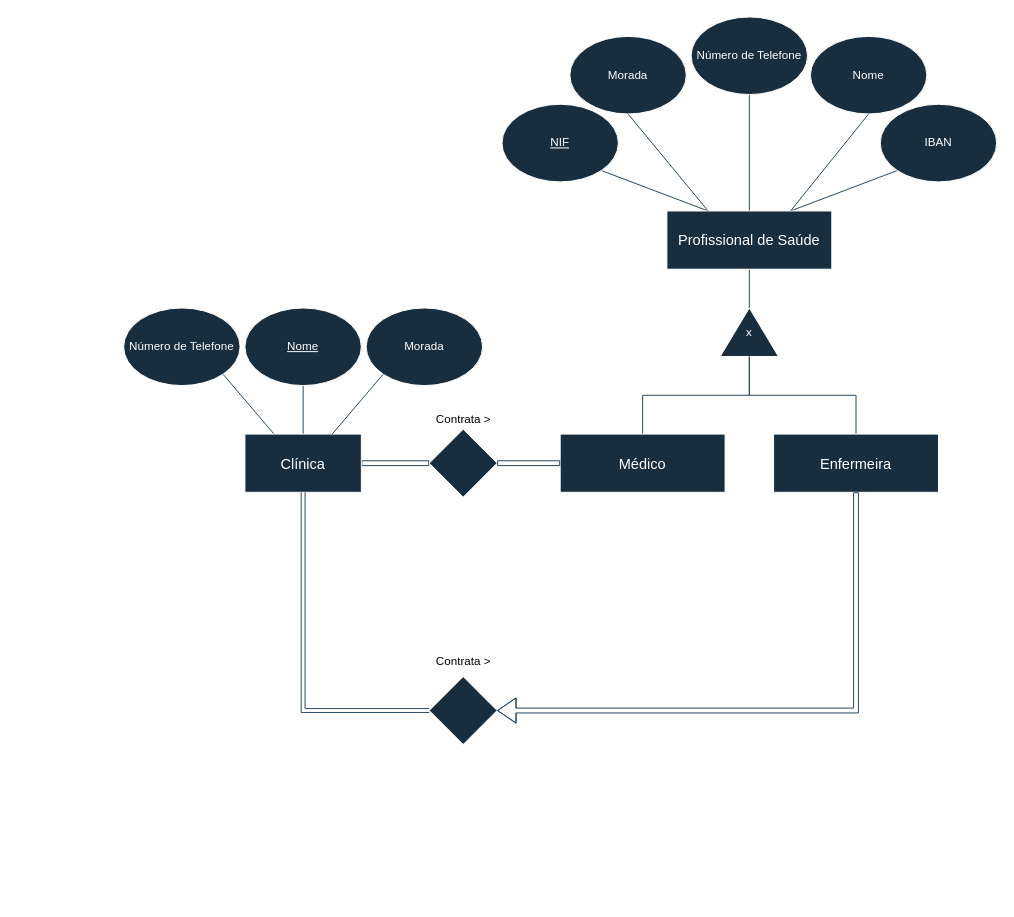
This is page "Page-1" (1 of 2) of diagrams/modelo_EA.drawio from Zane-dev16/BD-projeto-E1, a draw.io file, before an edit. Source tidied: cells renumbered, new cells numbered last; positions are measured from the earlier drawing's top-left corner, leaving out a move shared by most shapes. Both pictures are drawn from the tidied source at 97%, with x=0, y=0 at pixel (123, 16).
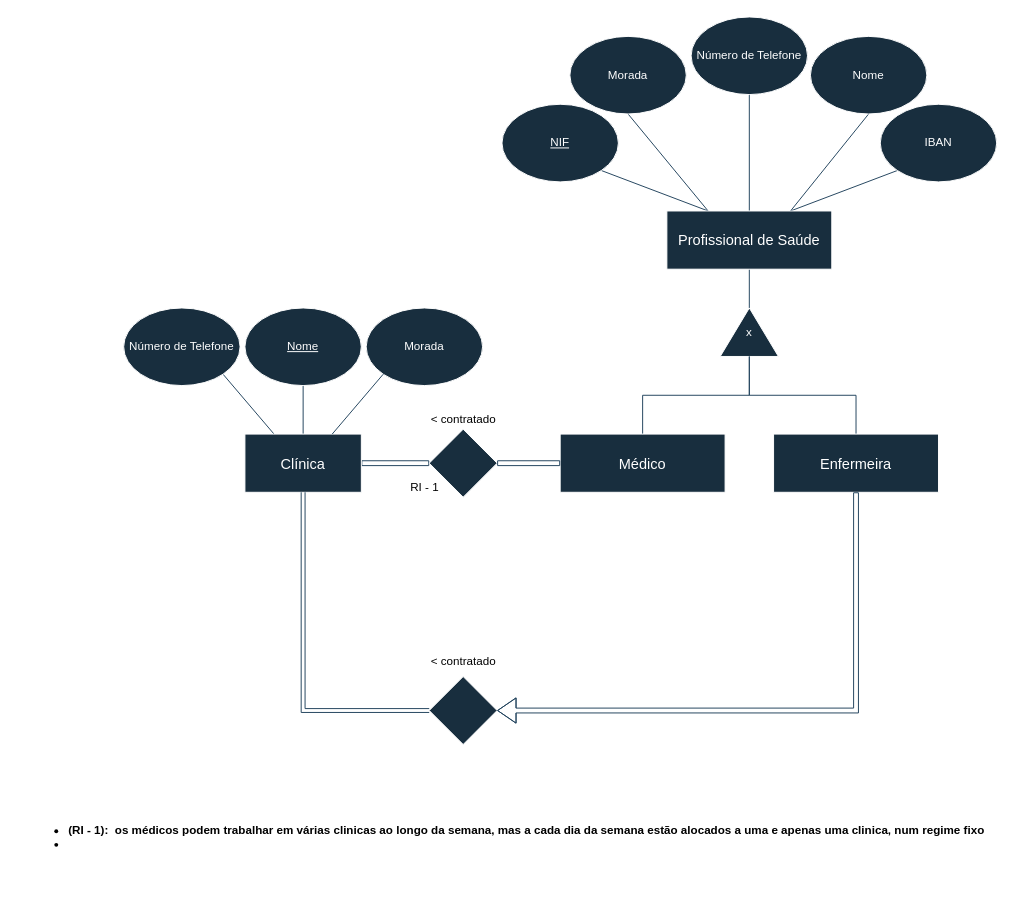
After the change.

Commit message:
Add restriction and fix relationship

Diff of the diagram source:
```diff
@@
-    <mxCell id="32" value="Contrata &amp;gt;" style="text;html=1;align=center;verticalAlign=middle;strokeColor=none;fillColor=none;" parent="1" vertex="1">
-      <mxGeometry x="310" y="400" width="80" height="30" as="geometry" />
+    <mxCell id="32" value="&amp;lt; contratado" style="text;html=1;align=center;verticalAlign=middle;strokeColor=none;fillColor=none;" parent="1" vertex="1">
+      <mxGeometry x="305" y="400" width="90" height="30" as="geometry" />
     </mxCell>
-    <mxCell id="33" value="Contrata &amp;gt;" style="text;html=1;align=center;verticalAlign=middle;strokeColor=none;fillColor=none;" parent="1" vertex="1">
-      <mxGeometry x="310" y="650" width="80" height="30" as="geometry" />
+    <mxCell id="33" value="&amp;lt; contratado" style="text;html=1;align=center;verticalAlign=middle;strokeColor=none;fillColor=none;" parent="1" vertex="1">
+      <mxGeometry x="305" y="650" width="90" height="30" as="geometry" />
     </mxCell>
+    <mxCell id="34" value="RI - 1" style="text;html=1;align=center;verticalAlign=middle;strokeColor=none;fillColor=none;" parent="1" vertex="1">
+      <mxGeometry x="285" y="470" width="50" height="30" as="geometry" />
+    </mxCell>
+    <mxCell id="35" value="&lt;ul&gt;&lt;li&gt;&lt;b&gt;(RI - 1):&amp;nbsp; os médicos podem trabalhar em várias clinicas ao longo da semana,&amp;nbsp;&lt;/b&gt;&lt;b style=&quot;background-color: initial;&quot;&gt;mas a cada dia da semana estão alocados a uma e apenas uma clinica, num regime fixo&lt;/b&gt;&lt;/li&gt;&lt;li&gt;&lt;div title=&quot;Page 1&quot; class=&quot;page&quot;&gt;&lt;div style=&quot;background-color: rgb(100.000000%, 100.000000%, 100.000000%)&quot; class=&quot;section&quot;&gt;&lt;div class=&quot;layoutArea&quot;&gt;&lt;br&gt;&#9;&#9;&#9;&#9;&lt;/div&gt;&lt;br&gt;&#9;&#9;&#9;&lt;/div&gt;&lt;br&gt;&#9;&#9;&lt;/div&gt;&lt;/li&gt;&lt;/ul&gt;" style="text;html=1;align=center;verticalAlign=middle;strokeColor=none;fillColor=none;" parent="1" vertex="1">
+      <mxGeometry x="-110" y="810" width="1010" height="100" as="geometry" />
+    </mxCell>
```
